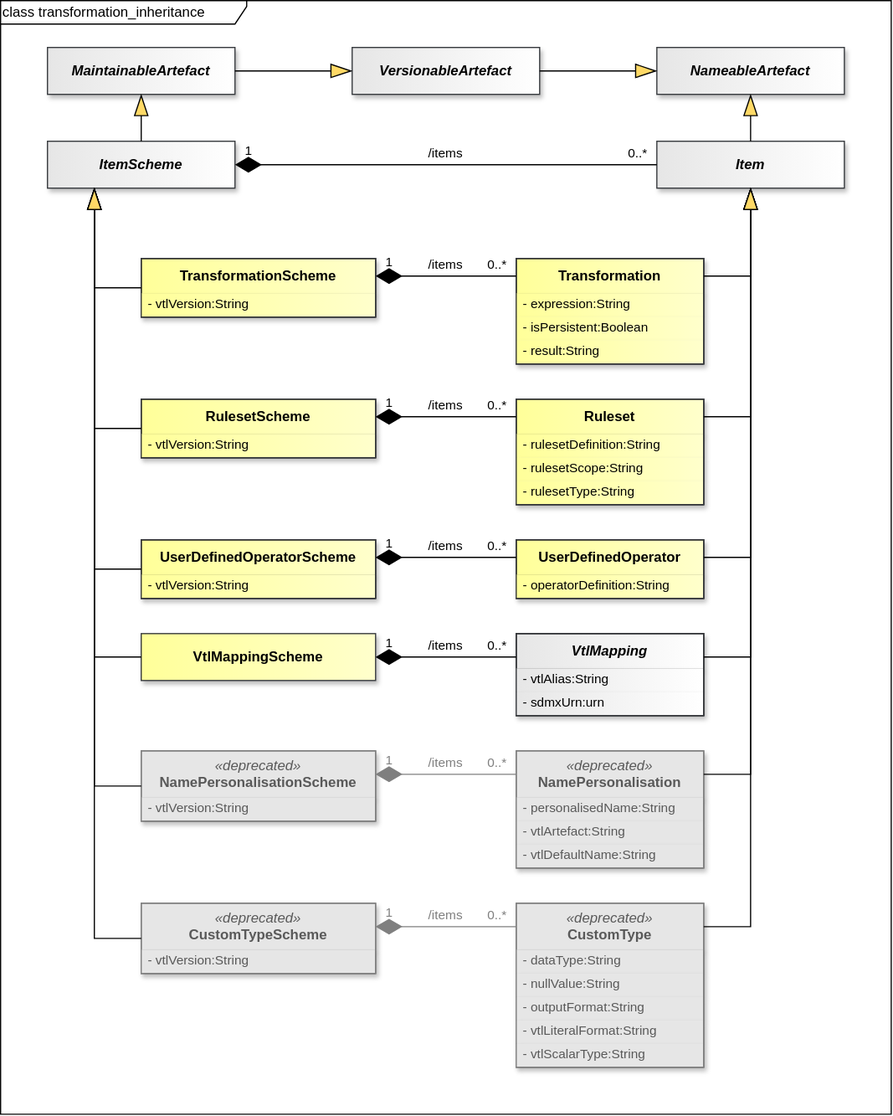
The draw.io diagram docs/information_model/media/sdmx_transformation-transformation-inheritance.svg in sdmx-twg/sdmx-im, before a commit. Source tidied: cells renumbered, new cells last; positions are measured from the earlier drawing's top-left corner, leaving out a move shared by most shapes.
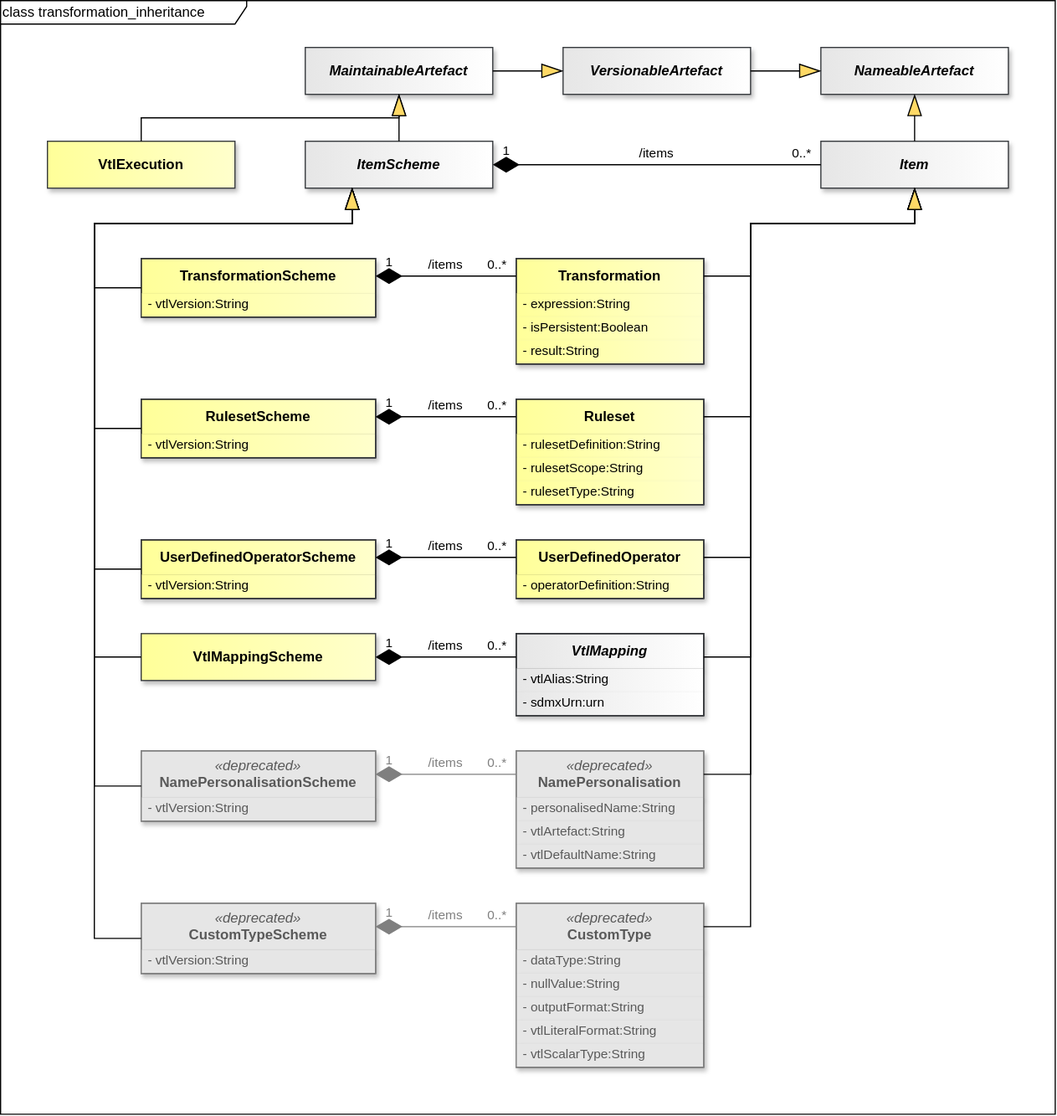
The same diagram one commit later.

The edit, as a diff of the source:
```diff
@@ -3,22 +3,25 @@
     <mxCell id="0" />
     <mxCell id="1" parent="0" />
     <mxCell id="2" value="&amp;nbsp; class transformation_inheritance" style="shape=umlFrame;whiteSpace=wrap;html=1;fillColor=light-dark(#FFFFFF,#121212);swimlaneFillColor=light-dark(#FFFFFF,#121212);width=210;height=20;align=left;" parent="1" vertex="1">
-      <mxGeometry width="760" height="950" as="geometry" />
+      <mxGeometry width="900" height="950" as="geometry" />
     </mxCell>
     <mxCell id="3" value="MaintainableArtefact" style="whiteSpace=wrap;html=1;verticalAlign=middle;imageVerticalAlign=top;fontStyle=3;fillColor=light-dark(#E6E6E6,#E6E6E6);strokeColor=#36393d;fontColor=light-dark(#000000,#000000);gradientColor=light-dark(#FFFFFF,#FFFFFF);gradientDirection=east;shadow=1;" parent="1" vertex="1">
-      <mxGeometry x="40" y="40" width="160" height="40" as="geometry" />
+      <mxGeometry x="260" y="40" width="160" height="40" as="geometry" />
     </mxCell>
     <mxCell id="4" value="VersionableArtefact" style="whiteSpace=wrap;html=1;verticalAlign=middle;imageVerticalAlign=top;fontStyle=3;fillColor=light-dark(#E6E6E6,#E6E6E6);strokeColor=#36393d;fontColor=light-dark(#000000,#000000);gradientColor=light-dark(#FFFFFF,#FFFFFF);gradientDirection=east;shadow=1;" parent="1" vertex="1">
-      <mxGeometry x="300" y="40" width="160" height="40" as="geometry" />
+      <mxGeometry x="480" y="40" width="160" height="40" as="geometry" />
     </mxCell>
     <mxCell id="5" value="NameableArtefact" style="whiteSpace=wrap;html=1;verticalAlign=middle;imageVerticalAlign=top;fontStyle=3;fillColor=light-dark(#E6E6E6,#E6E6E6);strokeColor=#36393d;fontColor=light-dark(#000000,#000000);gradientColor=light-dark(#FFFFFF,#FFFFFF);gradientDirection=east;shadow=1;" parent="1" vertex="1">
-      <mxGeometry x="560" y="40" width="160" height="40" as="geometry" />
+      <mxGeometry x="700" y="40" width="160" height="40" as="geometry" />
     </mxCell>
+    <mxCell id="97" value="VtlExecution" style="whiteSpace=wrap;html=1;verticalAlign=middle;imageVerticalAlign=top;fontStyle=1;fillColor=light-dark(#FFFF99,#FFFF99);strokeColor=#36393d;fontColor=light-dark(#000000,#000000);gradientColor=light-dark(#FFFFCC,#FFFFCC);gradientDirection=east;shadow=1;" parent="1" vertex="1">
+      <mxGeometry x="40" y="120" width="160" height="40" as="geometry" />
+    </mxCell>
     <mxCell id="6" value="ItemScheme" style="whiteSpace=wrap;html=1;verticalAlign=middle;imageVerticalAlign=top;fontStyle=3;fillColor=light-dark(#E6E6E6,#E6E6E6);strokeColor=#36393d;fontColor=light-dark(#000000,#000000);gradientColor=light-dark(#FFFFFF,#FFFFFF);gradientDirection=east;shadow=1;" parent="1" vertex="1">
-      <mxGeometry x="40" y="120" width="160" height="40" as="geometry" />
+      <mxGeometry x="260" y="120" width="160" height="40" as="geometry" />
     </mxCell>
     <mxCell id="7" value="Item" style="whiteSpace=wrap;html=1;verticalAlign=middle;imageVerticalAlign=top;fontStyle=3;fillColor=light-dark(#E6E6E6,#E6E6E6);strokeColor=#36393d;fontColor=light-dark(#000000,#000000);gradientColor=light-dark(#FFFFFF,#FFFFFF);gradientDirection=east;shadow=1;" parent="1" vertex="1">
-      <mxGeometry x="560" y="120" width="160" height="40" as="geometry" />
+      <mxGeometry x="700" y="120" width="160" height="40" as="geometry" />
     </mxCell>
     <mxCell id="8" value="TransformationScheme" style="swimlane;fontStyle=1;align=center;verticalAlign=middle;horizontal=1;startSize=30;whiteSpace=wrap;html=1;fillColor=light-dark(#FFFF99,#FFFF99);strokeColor=light-dark(#000000,#000000);gradientColor=light-dark(#FFFFCC,#FFFFCC);gradientDirection=east;swimlaneLine=1;fontColor=light-dark(#000000,#000000);labelBackgroundColor=none;textShadow=0;shadow=1;" parent="1" vertex="1">
       <mxGeometry x="120" y="220" width="200" height="50" as="geometry" />
@@ -200,6 +203,14 @@
     <mxCell id="63" style="endArrow=blockThin;endSize=16;endFill=1;html=1;rounded=0;startFill=0;endFillColor=light-dark(#FFD966,#FFD966);strokeColor=light-dark(#000000,#FFFFFF);labelBackgroundColor=none;exitX=0.5;exitY=0;exitDx=0;exitDy=0;entryX=0.5;entryY=1;entryDx=0;entryDy=0;" parent="1" edge="1" source="6" target="3">
       <mxGeometry relative="1" as="geometry" />
     </mxCell>
+    <mxCell id="98" style="endArrow=blockThin;endSize=16;endFill=1;html=1;rounded=0;startFill=0;endFillColor=light-dark(#FFD966,#FFD966);strokeColor=light-dark(#000000,#FFFFFF);labelBackgroundColor=none;exitX=0.5;exitY=0;exitDx=0;exitDy=0;entryX=0.5;entryY=1;entryDx=0;entryDy=0;" parent="1" edge="1" source="97" target="3">
+      <mxGeometry relative="1" as="geometry">
+        <Array as="points">
+          <mxPoint x="120" y="100" />
+          <mxPoint x="340" y="100" />
+        </Array>
+      </mxGeometry>
+    </mxCell>
     <mxCell id="64" style="endArrow=blockThin;endSize=16;endFill=1;html=1;rounded=0;startFill=0;endFillColor=light-dark(#FFD966,#FFD966);strokeColor=light-dark(#000000,#FFFFFF);labelBackgroundColor=none;exitX=0.5;exitY=0;exitDx=0;exitDy=0;entryX=0.5;entryY=1;entryDx=0;entryDy=0;" parent="1" edge="1" source="7" target="5">
       <mxGeometry relative="1" as="geometry" />
     </mxCell>
@@ -243,6 +254,8 @@
       <mxGeometry relative="1" as="geometry">
         <Array as="points">
           <mxPoint x="80" y="245" />
+          <mxPoint x="80" y="190" />
+          <mxPoint x="300" y="190" />
         </Array>
       </mxGeometry>
     </mxCell>
@@ -250,6 +263,8 @@
       <mxGeometry relative="1" as="geometry">
         <Array as="points">
           <mxPoint x="640" y="235" />
+          <mxPoint x="640" y="190" />
+          <mxPoint x="780" y="190" />
         </Array>
       </mxGeometry>
     </mxCell>
@@ -275,6 +290,8 @@
       <mxGeometry relative="1" as="geometry">
         <Array as="points">
           <mxPoint x="80" y="365" />
+          <mxPoint x="80" y="190" />
+          <mxPoint x="300" y="190" />
         </Array>
       </mxGeometry>
     </mxCell>
@@ -282,6 +299,8 @@
       <mxGeometry relative="1" as="geometry">
         <Array as="points">
           <mxPoint x="640" y="355" />
+          <mxPoint x="640" y="190" />
+          <mxPoint x="780" y="190" />
         </Array>
       </mxGeometry>
     </mxCell>
@@ -307,6 +326,8 @@
       <mxGeometry relative="1" as="geometry">
         <Array as="points">
           <mxPoint x="80" y="485" />
+          <mxPoint x="80" y="190" />
+          <mxPoint x="300" y="190" />
         </Array>
       </mxGeometry>
     </mxCell>
@@ -314,6 +335,8 @@
       <mxGeometry relative="1" as="geometry">
         <Array as="points">
           <mxPoint x="640" y="475" />
+          <mxPoint x="640" y="190" />
+          <mxPoint x="780" y="190" />
         </Array>
       </mxGeometry>
     </mxCell>
@@ -339,6 +362,8 @@
       <mxGeometry relative="1" as="geometry">
         <Array as="points">
           <mxPoint x="80" y="560" />
+          <mxPoint x="80" y="190" />
+          <mxPoint x="300" y="190" />
         </Array>
       </mxGeometry>
     </mxCell>
@@ -346,6 +371,8 @@
       <mxGeometry relative="1" as="geometry">
         <Array as="points">
           <mxPoint x="640" y="560" />
+          <mxPoint x="640" y="190" />
+          <mxPoint x="780" y="190" />
         </Array>
       </mxGeometry>
     </mxCell>
@@ -353,6 +380,8 @@
       <mxGeometry relative="1" as="geometry">
         <Array as="points">
           <mxPoint x="80" y="670" />
+          <mxPoint x="80" y="190" />
+          <mxPoint x="300" y="190" />
         </Array>
       </mxGeometry>
     </mxCell>
@@ -360,6 +389,8 @@
       <mxGeometry relative="1" as="geometry">
         <Array as="points">
           <mxPoint x="640" y="660" />
+          <mxPoint x="640" y="190" />
+          <mxPoint x="780" y="190" />
         </Array>
       </mxGeometry>
     </mxCell>
@@ -367,6 +398,8 @@
       <mxGeometry relative="1" as="geometry">
         <Array as="points">
           <mxPoint x="80" y="800" />
+          <mxPoint x="80" y="190" />
+          <mxPoint x="300" y="190" />
         </Array>
       </mxGeometry>
     </mxCell>
@@ -374,6 +407,8 @@
       <mxGeometry relative="1" as="geometry">
         <Array as="points">
           <mxPoint x="640" y="790" />
+          <mxPoint x="640" y="190" />
+          <mxPoint x="780" y="190" />
         </Array>
       </mxGeometry>
     </mxCell>
```
